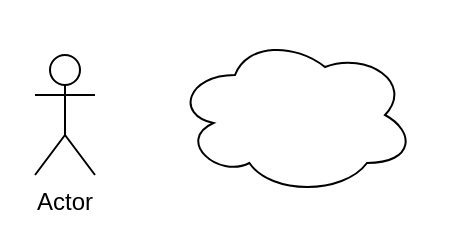
Earlier version of the draw.io diagram Untitled Diagram.drawio (meiko-set/hello-world). Source tidied: cells renumbered, new cells numbered last; positions are measured from the earlier drawing's top-left corner, leaving out a move shared by most shapes. Both pictures are drawn from the tidied source at 200%, with x=0, y=0 at pixel (34, 34).
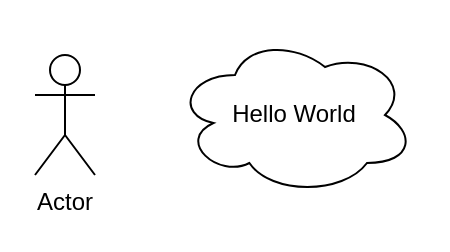
The same diagram, later.

What changed in the source:
```diff
@@
 <mxGraphModel>
   <root>
     <mxCell id="0" />
     <mxCell id="1" parent="0" />
     <mxCell id="2" value="Actor" style="shape=umlActor;verticalLabelPosition=bottom;verticalAlign=top;html=1;" parent="1" vertex="1">
       <mxGeometry y="10" width="30" height="60" as="geometry" />
     </mxCell>
-    <mxCell id="3" style="ellipse;shape=cloud;whiteSpace=wrap;html=1;" parent="1" vertex="1">
+    <mxCell id="3" value="Hello World" style="ellipse;shape=cloud;whiteSpace=wrap;html=1;" parent="1" vertex="1">
       <mxGeometry x="70" width="120" height="80" as="geometry" />
     </mxCell>
   </root>
 </mxGraphModel>
```
